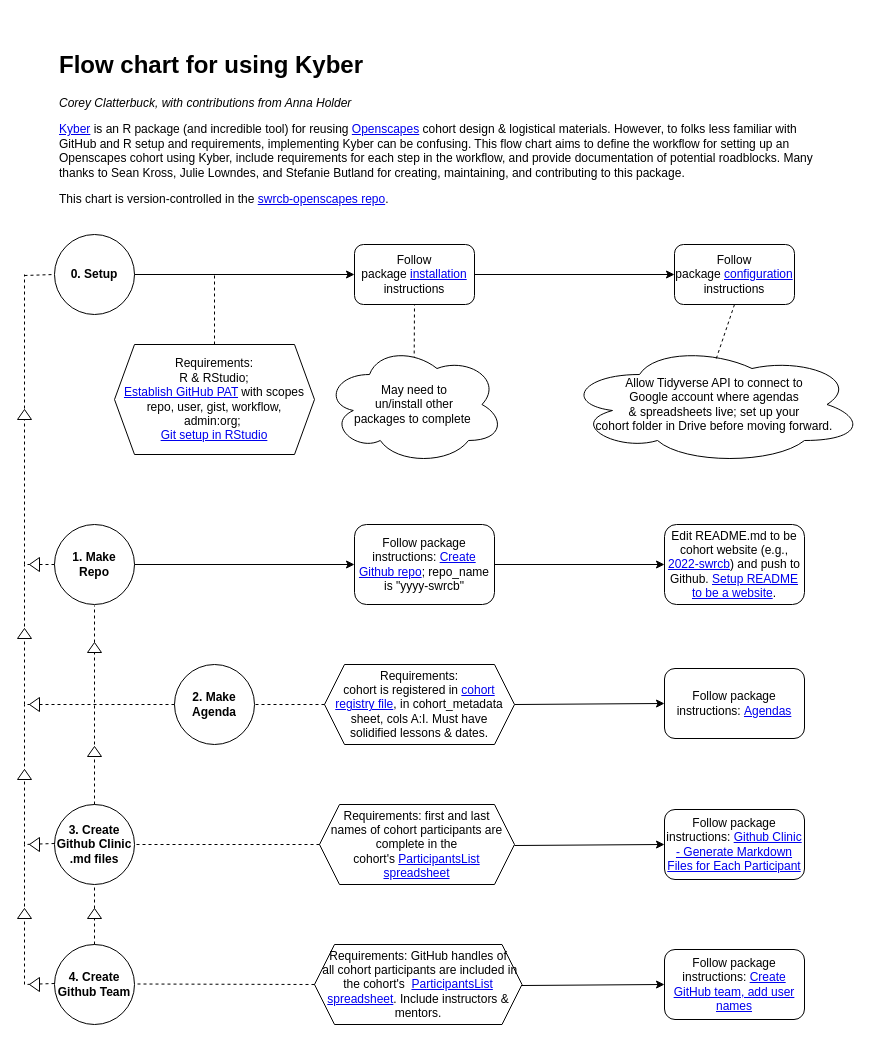
CAWaterBoardDataCenter/swrcb-openscapes keeps this draw.io diagram as images/KyberFlow.drawio. Above is the earlier version. Source tidied: cells renumbered, new cells numbered last; positions are measured from the earlier drawing's top-left corner, leaving out a move shared by most shapes. Both pictures are drawn from the tidied source at 100%, with x=0, y=0 at pixel (19, 45).
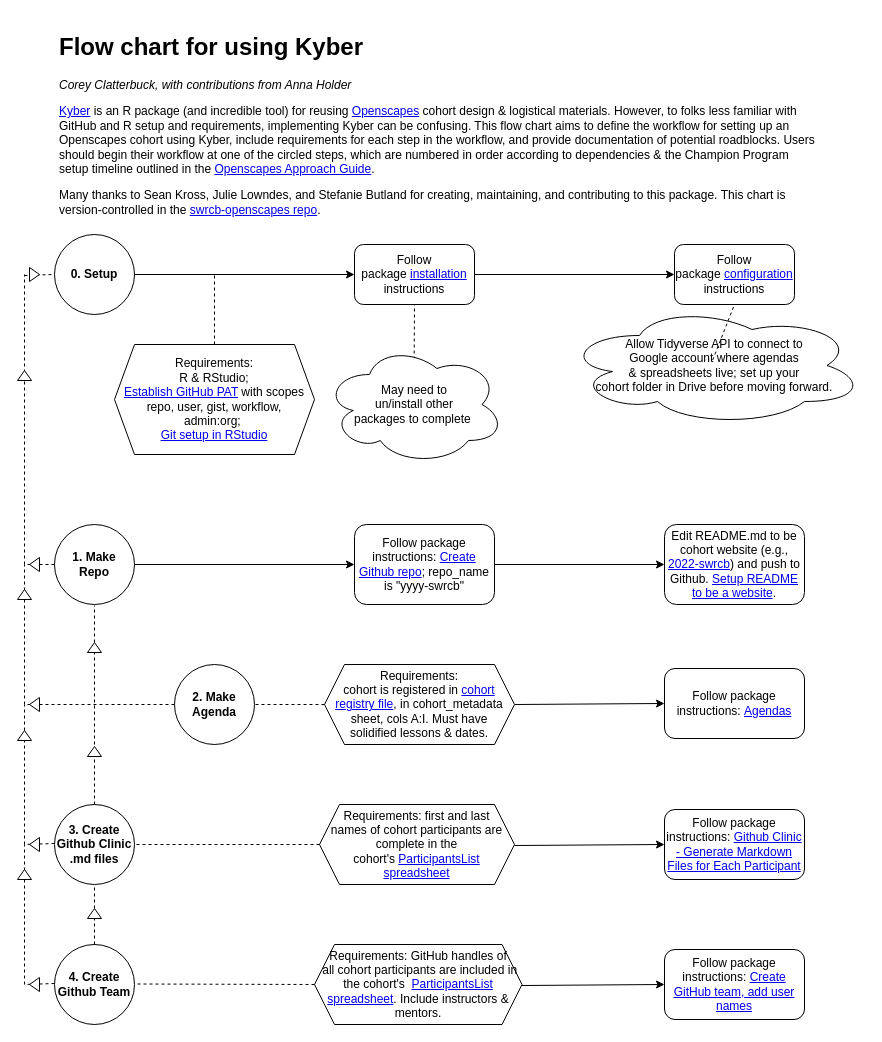
After the change.

Commit message:
KyberFlow narrative additions

The change refers to these unchanged cells:
```xml
<mxCell id="3" value="&lt;b&gt;0. Setup&lt;/b&gt;" style="ellipse;whiteSpace=wrap;html=1;" parent="1" vertex="1">
  <mxGeometry x="35" y="189" width="80" height="80" as="geometry" />
</mxCell>
<mxCell id="4" value="Follow package&amp;nbsp;&lt;a href=&quot;https://github.com/openscapes/kyber#installation&quot;&gt;installation&lt;/a&gt; instructions" style="rounded=1;whiteSpace=wrap;html=1;" parent="1" vertex="1">
  <mxGeometry x="335" y="199" width="120" height="60" as="geometry" />
</mxCell>
<mxCell id="8" value="Follow package&amp;nbsp;&lt;a href=&quot;https://github.com/openscapes/kyber#configuration&quot;&gt;configuration&lt;/a&gt; instructions" style="rounded=1;whiteSpace=wrap;html=1;" parent="1" vertex="1">
  <mxGeometry x="655" y="199" width="120" height="60" as="geometry" />
</mxCell>
```

Change to the diagram source:
```diff
@@
-    <mxCell id="7" style="endArrow=classic;html=1;rounded=0;entryX=0;entryY=0.5;entryDx=0;entryDy=0;exitX=1;exitY=0.5;exitDx=0;exitDy=0;" parent="1" edge="1" source="3" target="4">
-      <mxGeometry relative="1" as="geometry" />
+    <mxCell id="7" style="endArrow=classic;html=1;rounded=0;entryX=0;entryY=0.5;entryDx=0;entryDy=0;exitX=1;exitY=0.5;exitDx=0;exitDy=0;" parent="1" edge="1" target="4">
+      <mxGeometry relative="1" as="geometry">
+        <mxPoint x="115" y="229" as="sourcePoint" />
+      </mxGeometry>
     </mxCell>
@@
     <mxCell id="11" value="Allow Tidyverse API to connect to&lt;br&gt;Google account where agendas&lt;br&gt;&amp;amp; spreadsheets live; set up your&lt;br&gt;cohort folder in Drive before moving&amp;nbsp;forward." style="ellipse;shape=cloud;whiteSpace=wrap;html=1;" parent="1" vertex="1">
-      <mxGeometry x="545" y="299" width="300" height="120" as="geometry" />
+      <mxGeometry x="545" y="260" width="300" height="120" as="geometry" />
     </mxCell>
-    <mxCell id="12" style="endArrow=none;dashed=1;html=1;rounded=0;exitX=0.506;exitY=0.117;exitDx=0;exitDy=0;exitPerimeter=0;entryX=0.5;entryY=1;entryDx=0;entryDy=0;" parent="1" edge="1" source="11" target="8">
-      <mxGeometry relative="1" as="geometry" />
+    <mxCell id="12" style="endArrow=none;dashed=1;html=1;rounded=0;exitX=0.494;exitY=0.129;exitDx=0;exitDy=0;exitPerimeter=0;entryX=0.5;entryY=1;entryDx=0;entryDy=0;" parent="1" edge="1" target="8">
+      <mxGeometry relative="1" as="geometry">
+        <mxPoint x="693.2" y="314.5" as="sourcePoint" />
+      </mxGeometry>
     </mxCell>
@@
-    <mxCell id="37" value="&lt;h1&gt;Flow chart for using Kyber&lt;/h1&gt;&lt;p&gt;&lt;i&gt;Corey Clatterbuck, with contributions from Anna Holder&lt;/i&gt;&lt;/p&gt;&lt;p&gt;&lt;a href=&quot;https://github.com/Openscapes/kyber&quot;&gt;Kyber&lt;/a&gt; is an R package (and incredible tool) for reusing &lt;a href=&quot;https://openscapes.github.io/approach-guide/&quot;&gt;Openscapes&lt;/a&gt;&amp;nbsp;cohort design &amp;amp; logistical materials. However, to folks less familiar with GitHub and R setup and requirements, implementing Kyber can be confusing. This flow chart aims to define the workflow for setting up an Openscapes cohort using Kyber, include requirements for each step in the workflow, and provide documentation of potential roadblocks. Many thanks to Sean Kross, Julie Lowndes, and Stefanie Butland for creating, maintaining, and contributing to this package.&amp;nbsp;&lt;/p&gt;&lt;p&gt;This chart is version-controlled in the &lt;a href=&quot;https://github.com/CAWaterBoardDataCenter/swrcb-openscapes&quot;&gt;swrcb-openscapes repo&lt;/a&gt;.&lt;/p&gt;" style="text;html=1;strokeColor=none;fillColor=none;spacing=5;spacingTop=-20;whiteSpace=wrap;overflow=hidden;rounded=0;" parent="1" vertex="1">
-      <mxGeometry x="35" width="770" height="170" as="geometry" />
+    <mxCell id="37" value="&lt;h1&gt;Flow chart for using Kyber&lt;/h1&gt;&lt;p&gt;&lt;i&gt;Corey Clatterbuck, with contributions from Anna Holder&lt;/i&gt;&lt;/p&gt;&lt;p&gt;&lt;a href=&quot;https://github.com/Openscapes/kyber&quot;&gt;Kyber&lt;/a&gt; is an R package (and incredible tool) for reusing &lt;a href=&quot;https://openscapes.github.io/approach-guide/&quot;&gt;Openscapes&lt;/a&gt;&amp;nbsp;cohort design &amp;amp; logistical materials. However, to folks less familiar with GitHub and R setup and requirements, implementing Kyber can be confusing. This flow chart aims to define the workflow for setting up an Openscapes cohort using Kyber, include requirements for each step in the workflow, and provide documentation of potential roadblocks. Users should begin their workflow at one of the circled steps, which are numbered in order according to dependencies &amp;amp; the Champion Program setup timeline outlined in the &lt;a href=&quot;https://openscapes.github.io/approach-guide/&quot;&gt;Openscapes Approach Guide&lt;/a&gt;.&amp;nbsp;&lt;/p&gt;&lt;p&gt;Many thanks to Sean Kross, Julie Lowndes, and Stefanie Butland for creating, maintaining, and contributing to this package.&amp;nbsp;&lt;span style=&quot;background-color: initial;&quot;&gt;This chart is version-controlled in the &lt;/span&gt;&lt;a style=&quot;background-color: initial;&quot; href=&quot;https://github.com/CAWaterBoardDataCenter/swrcb-openscapes&quot;&gt;swrcb-openscapes repo&lt;/a&gt;&lt;span style=&quot;background-color: initial;&quot;&gt;.&lt;/span&gt;&lt;/p&gt;" style="text;html=1;strokeColor=none;fillColor=none;spacing=5;spacingTop=-20;whiteSpace=wrap;overflow=hidden;rounded=0;" parent="1" vertex="1">
+      <mxGeometry x="35" y="-18" width="770" height="200" as="geometry" />
     </mxCell>
-    <mxCell id="38" style="jettySize=auto;html=1;rounded=0;entryX=0;entryY=0.5;entryDx=0;entryDy=0;dashed=1;endArrow=none;endFill=0;" parent="1" edge="1" target="3">
+    <mxCell id="38" style="orthogonalLoop=1;jettySize=auto;html=1;rounded=0;entryX=0;entryY=0.5;entryDx=0;entryDy=0;dashed=1;endArrow=none;endFill=0;" parent="1" edge="1">
       <mxGeometry relative="1" as="geometry">
         <mxPoint x="5" y="230" as="sourcePoint" />
+        <mxPoint x="35" y="229" as="targetPoint" />
       </mxGeometry>
     </mxCell>
     <mxCell id="39" style="triangle;whiteSpace=wrap;html=1;fontFamily=Helvetica;fontSize=12;fontColor=#000000;align=center;strokeColor=#000000;fillColor=#ffffff;rotation=-90;" parent="1" vertex="1">
-      <mxGeometry y="362" width="10" height="14" as="geometry" />
+      <mxGeometry y="323" width="10" height="14" as="geometry" />
     </mxCell>
     <mxCell id="40" style="triangle;whiteSpace=wrap;html=1;fontFamily=Helvetica;fontSize=12;fontColor=#000000;align=center;strokeColor=#000000;fillColor=#ffffff;rotation=-90;" parent="1" vertex="1">
-      <mxGeometry y="581" width="10" height="14" as="geometry" />
+      <mxGeometry y="542" width="10" height="14" as="geometry" />
     </mxCell>
     <mxCell id="41" style="triangle;whiteSpace=wrap;html=1;fontFamily=Helvetica;fontSize=12;fontColor=#000000;align=center;strokeColor=#000000;fillColor=#ffffff;rotation=-90;" parent="1" vertex="1">
-      <mxGeometry y="722" width="10" height="14" as="geometry" />
+      <mxGeometry y="683" width="10" height="14" as="geometry" />
     </mxCell>
     <mxCell id="42" style="triangle;whiteSpace=wrap;html=1;fontFamily=Helvetica;fontSize=12;fontColor=#000000;align=center;strokeColor=#000000;fillColor=#ffffff;rotation=-90;" parent="1" vertex="1">
-      <mxGeometry y="861" width="10" height="14" as="geometry" />
+      <mxGeometry y="822" width="10" height="14" as="geometry" />
     </mxCell>
@@
+    <mxCell id="52" style="triangle;whiteSpace=wrap;html=1;fontFamily=Helvetica;fontSize=12;fontColor=#000000;align=center;strokeColor=#000000;fillColor=#ffffff;rotation=0;" parent="1" vertex="1">
+      <mxGeometry x="10" y="222" width="10" height="14" as="geometry" />
+    </mxCell>
```
